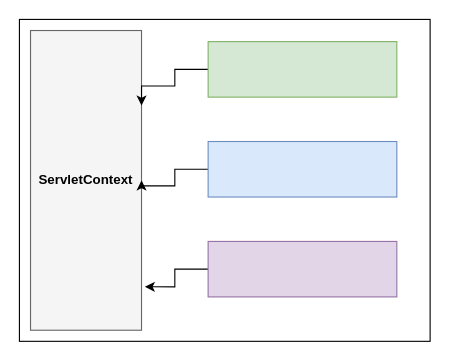
JavaLiuTongXue/repo2 keeps this draw.io diagram as servletContext.drawio. Above is the earlier version. Source tidied: cells renumbered, new cells numbered last; positions are measured from the earlier drawing's top-left corner, leaving out a move shared by most shapes. Both pictures are drawn from the tidied source at 111%, with x=0, y=0 at pixel (19, 19).
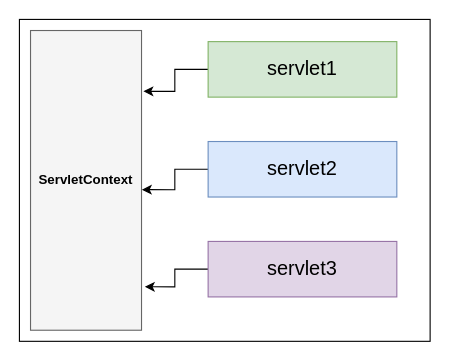
After the change.

Change to the diagram source:
```diff
@@
 <mxGraphModel>
   <root>
     <mxCell id="0" />
     <mxCell id="1" parent="0" />
     <mxCell id="2" style="rounded=0;whiteSpace=wrap;html=1;" parent="1" vertex="1">
       <mxGeometry width="370" height="290" as="geometry" />
     </mxCell>
     <mxCell id="3" style="rounded=0;whiteSpace=wrap;html=1;fillColor=#f5f5f5;strokeColor=#666666;fontColor=#333333;" parent="1" vertex="1">
       <mxGeometry x="10" y="10" width="100" height="270" as="geometry" />
     </mxCell>
     <mxCell id="4" value="&lt;b&gt;ServletContext&lt;/b&gt;" style="text;html=1;strokeColor=none;fillColor=none;align=center;verticalAlign=middle;whiteSpace=wrap;rounded=0;" parent="1" vertex="1">
       <mxGeometry x="30" y="130" width="60" height="30" as="geometry" />
     </mxCell>
-    <mxCell id="5" style="edgeStyle=orthogonalEdgeStyle;rounded=0;jettySize=auto;html=1;entryX=1;entryY=0.25;entryDx=0;entryDy=0;" parent="1" edge="1" source="6" target="3">
-      <mxGeometry relative="1" as="geometry">
-        <Array as="points">
-          <mxPoint x="140" y="45" />
-          <mxPoint x="140" y="60" />
-          <mxPoint x="110" y="60" />
-        </Array>
-      </mxGeometry>
+    <mxCell id="5" style="edgeStyle=orthogonalEdgeStyle;rounded=0;jettySize=auto;html=1;entryX=1.017;entryY=0.203;entryDx=0;entryDy=0;entryPerimeter=0;" parent="1" edge="1" source="6" target="3">
+      <mxGeometry relative="1" as="geometry" />
     </mxCell>
-    <mxCell id="6" style="rounded=0;whiteSpace=wrap;html=1;fillColor=#d5e8d4;strokeColor=#82b366;" parent="1" vertex="1">
+    <mxCell id="6" value="&lt;font style=&quot;font-size: 18px&quot;&gt;servlet1&lt;/font&gt;" style="rounded=0;whiteSpace=wrap;html=1;fillColor=#d5e8d4;strokeColor=#82b366;" parent="1" vertex="1">
       <mxGeometry x="170" y="20" width="170" height="50" as="geometry" />
     </mxCell>
-    <mxCell id="7" style="edgeStyle=orthogonalEdgeStyle;rounded=0;jettySize=auto;html=1;entryX=1;entryY=0.5;entryDx=0;entryDy=0;" parent="1" edge="1" source="8" target="3">
-      <mxGeometry relative="1" as="geometry">
-        <Array as="points">
-          <mxPoint x="140" y="135" />
-          <mxPoint x="140" y="150" />
-          <mxPoint x="110" y="150" />
-        </Array>
-      </mxGeometry>
+    <mxCell id="7" style="edgeStyle=orthogonalEdgeStyle;rounded=0;jettySize=auto;html=1;entryX=1.003;entryY=0.531;entryDx=0;entryDy=0;entryPerimeter=0;" parent="1" edge="1" source="8" target="3">
+      <mxGeometry relative="1" as="geometry" />
     </mxCell>
-    <mxCell id="8" style="rounded=0;whiteSpace=wrap;html=1;fillColor=#dae8fc;strokeColor=#6c8ebf;" parent="1" vertex="1">
+    <mxCell id="8" value="&lt;span style=&quot;font-size: 18px&quot;&gt;servlet2&lt;/span&gt;" style="rounded=0;whiteSpace=wrap;html=1;fillColor=#dae8fc;strokeColor=#6c8ebf;" parent="1" vertex="1">
       <mxGeometry x="170" y="110" width="170" height="50" as="geometry" />
     </mxCell>
     <mxCell id="9" style="edgeStyle=orthogonalEdgeStyle;rounded=0;jettySize=auto;html=1;entryX=1.03;entryY=0.855;entryDx=0;entryDy=0;entryPerimeter=0;" parent="1" edge="1" source="10" target="3">
       <mxGeometry relative="1" as="geometry" />
     </mxCell>
-    <mxCell id="10" style="rounded=0;whiteSpace=wrap;html=1;fillColor=#e1d5e7;strokeColor=#9673a6;" parent="1" vertex="1">
+    <mxCell id="10" value="&lt;span style=&quot;font-size: 18px&quot;&gt;servlet3&lt;/span&gt;" style="rounded=0;whiteSpace=wrap;html=1;fillColor=#e1d5e7;strokeColor=#9673a6;" parent="1" vertex="1">
       <mxGeometry x="170" y="200" width="170" height="50" as="geometry" />
     </mxCell>
   </root>
 </mxGraphModel>
```
